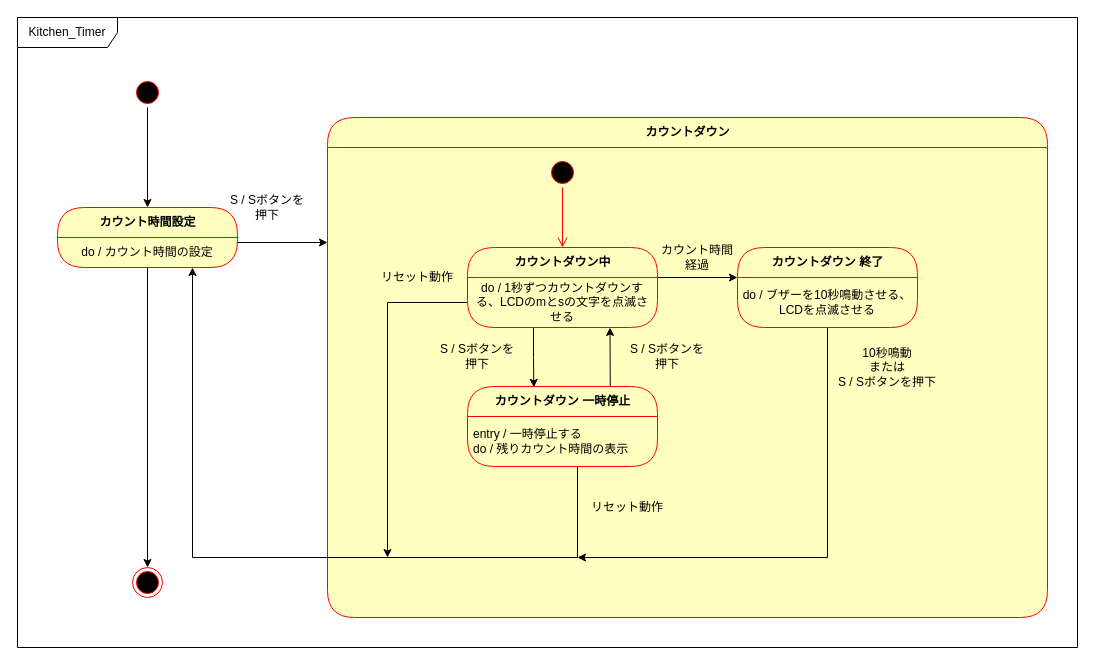
The draw.io diagram 資料/状態遷移/状態遷移図v0.3.drawio in hakohumi/comp.Kitchen_Timer, before the edit. Source tidied: cells renumbered, new cells numbered last; positions are measured from the earlier drawing's top-left corner, leaving out a move shared by most shapes. Both pictures are drawn from the tidied source at 100%, with x=0, y=0 at pixel (17, 17).
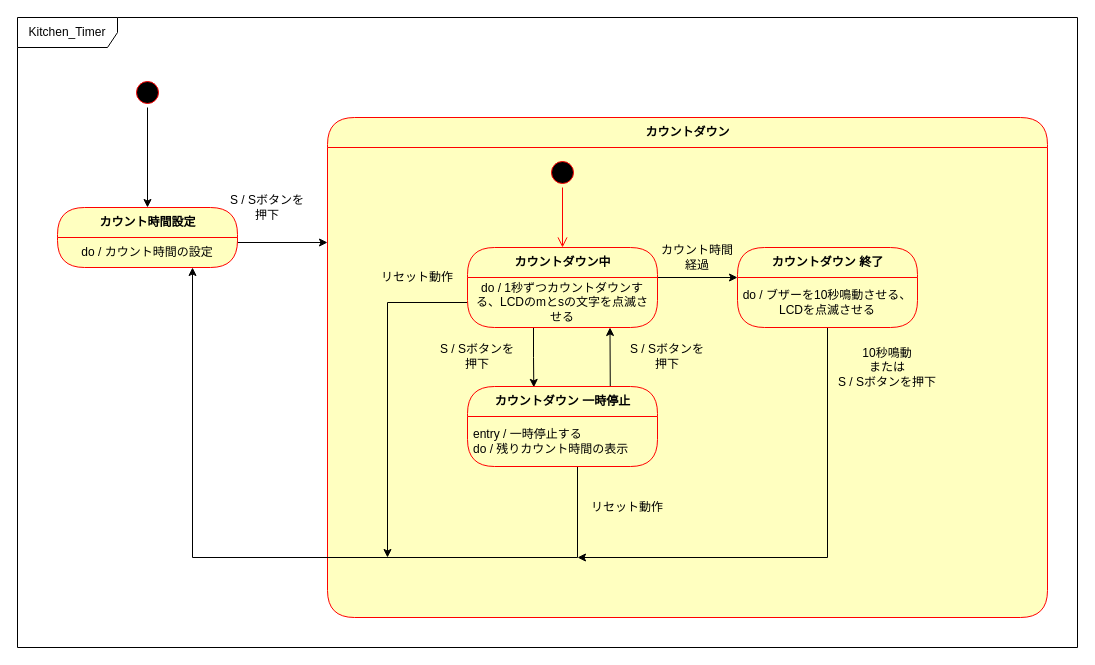
The same diagram, later.

Commit message (it also covers changes not shown here):
トレーサビリティマトリックス 完成 状態遷移図 終了削除 フローチャート 作成中 スケジュール表 終了した日を赤くする機能 追加

Unchanged cells that the change refers to:
```xml
<mxCell id="13" value="do / カウント時間の設定" style="text;html=1;strokeColor=none;fillColor=none;align=center;verticalAlign=middle;spacingLeft=4;spacingRight=4;whiteSpace=wrap;overflow=hidden;fontColor=#000000;" parent="12" vertex="1">
  <mxGeometry y="30" width="180" height="30" as="geometry" />
</mxCell>
```

The edit, as a diff of the source:
```diff
@@
-    <mxCell id="14" style="ellipse;html=1;shape=endState;fillColor=#000000;strokeColor=#ff0000;" parent="1" vertex="1">
-      <mxGeometry x="115" y="550" width="30" height="30" as="geometry" />
-    </mxCell>
-    <mxCell id="15" style="edgeStyle=orthogonalEdgeStyle;rounded=0;jettySize=auto;html=1;exitX=0.5;exitY=1;exitDx=0;exitDy=0;" parent="1" edge="1" source="13" target="14">
-      <mxGeometry relative="1" as="geometry" />
-    </mxCell>
```
